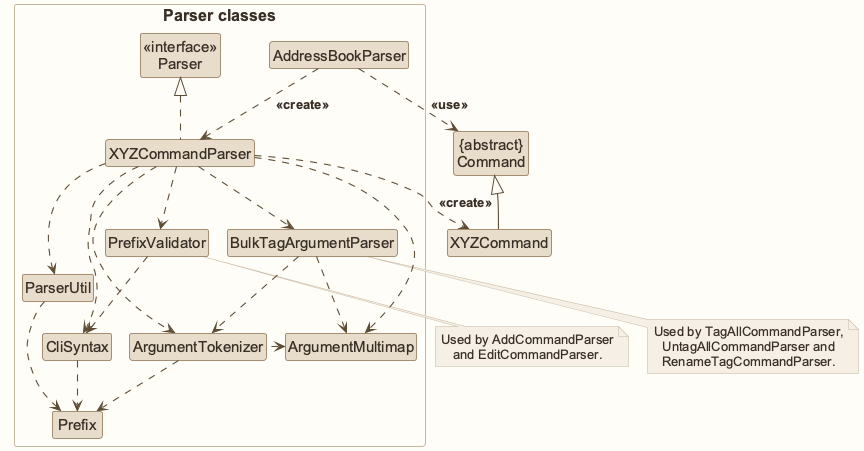
Earlier version of the PlantUML export images/ParserClasses.png (AY2627S1-CS2103T-W12-1/tp). Source of this version:
```plantuml
@startuml
!pragma layout smetana
!include style.puml
skinparam arrowThickness 1.1
skinparam arrowColor LOGIC_COLOR_T4
skinparam classBackgroundColor LOGIC_COLOR

Class "{abstract}\nCommand" as Command
Class XYZCommand

package "Parser classes"{
Class "<<interface>>\nParser" as Parser
Class AddressBookParser
Class XYZCommandParser
Class CliSyntax
Class ParserUtil
Class ArgumentMultimap
Class ArgumentTokenizer
Class Prefix
Class PrefixValidator
Class BulkTagArgumentParser
}


AddressBookParser .down.> XYZCommandParser: <<create>>

XYZCommandParser ..> XYZCommand : <<create>>
AddressBookParser ..> Command : <<use>>
XYZCommandParser .up.|> Parser
XYZCommandParser ..> ArgumentMultimap
XYZCommandParser ..> ArgumentTokenizer
ArgumentTokenizer .left.> ArgumentMultimap
XYZCommandParser ..> CliSyntax
CliSyntax ..> Prefix
XYZCommandParser ..> ParserUtil
ParserUtil .down.> Prefix
ArgumentTokenizer .down.> Prefix
XYZCommand -up-|> Command
XYZCommandParser ..> PrefixValidator
XYZCommandParser ..> BulkTagArgumentParser
PrefixValidator ..> CliSyntax
BulkTagArgumentParser ..> ArgumentTokenizer
BulkTagArgumentParser ..> ArgumentMultimap

note bottom of PrefixValidator
Used by AddCommandParser
and EditCommandParser.
end note
note bottom of BulkTagArgumentParser
Used by TagAllCommandParser,
UntagAllCommandParser and
RenameTagCommandParser.
end note
@enduml
```
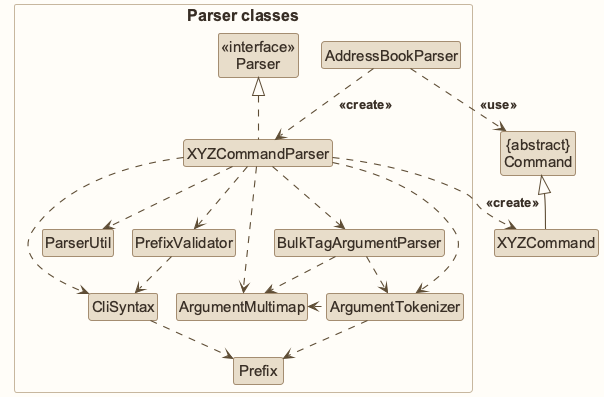
After the change.

What changed in the source:
```diff
@@ -33,7 +33,6 @@
 XYZCommandParser ..> CliSyntax
 CliSyntax ..> Prefix
 XYZCommandParser ..> ParserUtil
-ParserUtil .down.> Prefix
 ArgumentTokenizer .down.> Prefix
 XYZCommand -up-|> Command
 XYZCommandParser ..> PrefixValidator
@@ -42,13 +41,4 @@
 BulkTagArgumentParser ..> ArgumentTokenizer
 BulkTagArgumentParser ..> ArgumentMultimap
 
-note bottom of PrefixValidator
-Used by AddCommandParser
-and EditCommandParser.
-end note
-note bottom of BulkTagArgumentParser
-Used by TagAllCommandParser,
-UntagAllCommandParser and
-RenameTagCommandParser.
-end note
 @enduml
```
